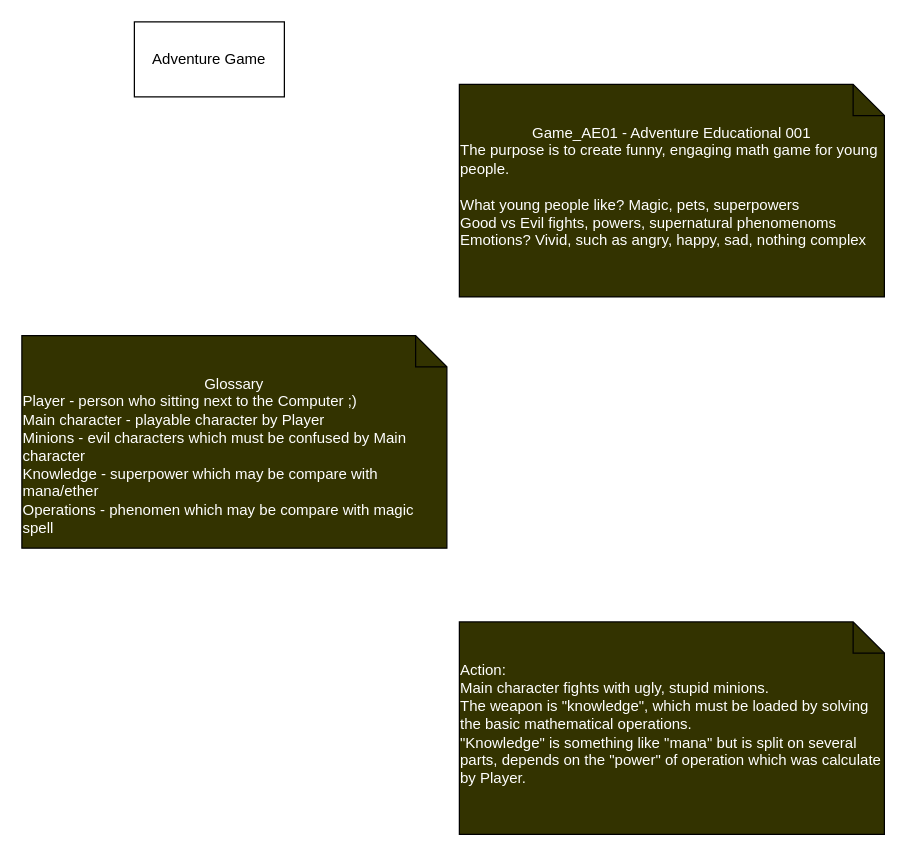
Above: adventure_educational_game_001.drawio in Dexmo-7/myWarmingUp (draw.io), before the change. Source tidied: cells renumbered, new cells numbered last; positions are measured from the earlier drawing's top-left corner, leaving out a move shared by most shapes. Both pictures are drawn from the tidied source at 125%, with x=0, y=0 at pixel (21, 21).
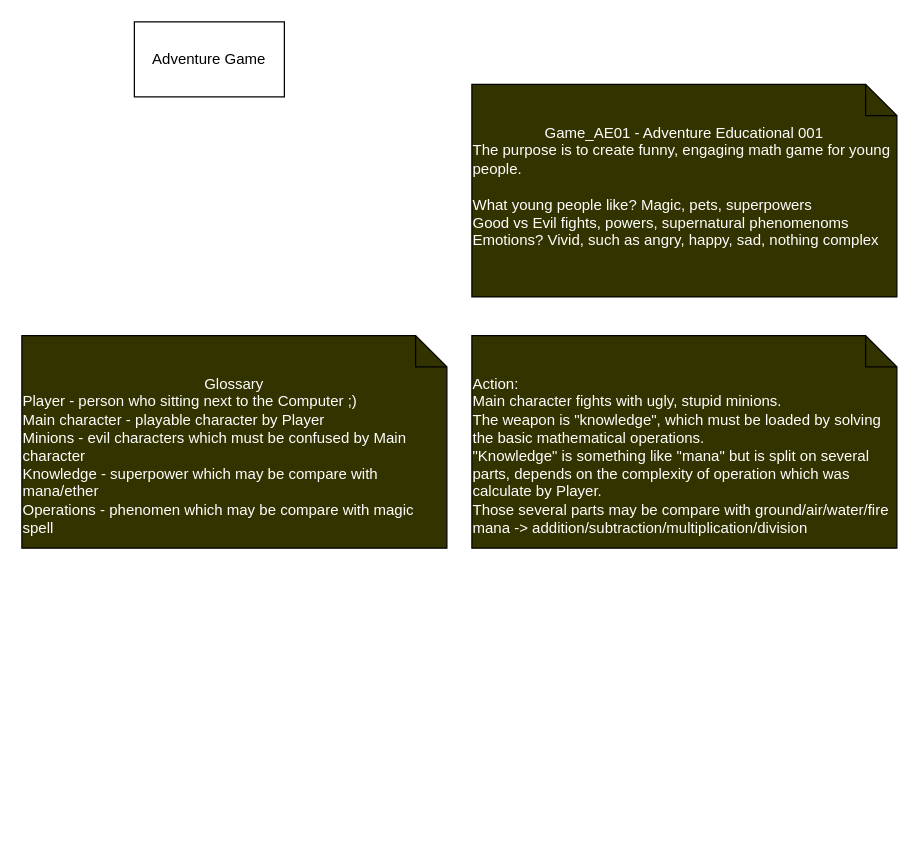
The same page after the edit.

Commit message:
Adding information about type of Knowledge

Diff of the diagram source:
```diff
@@
 <mxGraphModel>
   <root>
     <mxCell id="0" />
     <mxCell id="1" parent="0" />
     <mxCell id="2" value="Adventure Game" style="rounded=0;whiteSpace=wrap;html=1;" parent="1" vertex="1">
       <mxGeometry x="90" width="120" height="60" as="geometry" />
     </mxCell>
     <mxCell id="3" value="Game_AE01 - Adventure Educational 001&lt;br&gt;&lt;div style=&quot;text-align: left;&quot;&gt;&lt;span style=&quot;background-color: initial;&quot;&gt;The purpose is to create funny, engaging math game for young people.&lt;/span&gt;&lt;/div&gt;&lt;div style=&quot;text-align: left;&quot;&gt;&lt;span style=&quot;background-color: initial;&quot;&gt;&lt;br&gt;&lt;/span&gt;&lt;/div&gt;&lt;div style=&quot;text-align: left;&quot;&gt;&lt;span style=&quot;background-color: initial;&quot;&gt;What young people like? Magic, pets, superpowers&amp;nbsp;&lt;/span&gt;&lt;/div&gt;&lt;div style=&quot;text-align: left;&quot;&gt;Good vs Evil fights, powers, supernatural phenomenoms&lt;/div&gt;&lt;div style=&quot;text-align: left;&quot;&gt;Emotions? Vivid, such as angry, happy, sad, nothing complex&lt;/div&gt;&lt;div style=&quot;text-align: left;&quot;&gt;&lt;br&gt;&lt;/div&gt;" style="shape=note2;boundedLbl=1;whiteSpace=wrap;html=1;size=25;verticalAlign=top;align=center;fillColor=#333300;fontColor=#FFFFFF;" parent="1" vertex="1">
-      <mxGeometry x="350" y="50" width="340" height="170" as="geometry" />
+      <mxGeometry x="360" y="50" width="340" height="170" as="geometry" />
     </mxCell>
-    <mxCell id="4" value="&lt;div style=&quot;text-align: left;&quot;&gt;Action:&lt;/div&gt;&lt;div style=&quot;text-align: left;&quot;&gt;Main character fights with ugly, stupid minions.&lt;br&gt;The weapon is &quot;knowledge&quot;, which must be loaded by solving the basic mathematical operations.&lt;br&gt;&quot;Knowledge&quot; is something like &quot;mana&quot; but is split on several parts, depends on the &quot;power&quot; of operation which was calculate by Player.&lt;/div&gt;" style="shape=note2;boundedLbl=1;whiteSpace=wrap;html=1;size=25;verticalAlign=top;align=center;fillColor=#333300;fontColor=#FFFFFF;" parent="1" vertex="1">
-      <mxGeometry x="350" y="480" width="340" height="170" as="geometry" />
+    <mxCell id="4" value="&lt;div style=&quot;text-align: left;&quot;&gt;Action:&lt;/div&gt;&lt;div style=&quot;text-align: left;&quot;&gt;Main character fights with ugly, stupid minions.&lt;br&gt;The weapon is &quot;knowledge&quot;, which must be loaded by solving the basic mathematical operations.&lt;br&gt;&quot;Knowledge&quot; is something like &quot;mana&quot; but is split on several parts, depends on the complexity of operation which was calculate by Player.&lt;/div&gt;&lt;div style=&quot;text-align: left;&quot;&gt;Those several parts may be compare with ground/air/water/fire mana -&amp;gt; addition/subtraction/multiplication/division&lt;/div&gt;" style="shape=note2;boundedLbl=1;whiteSpace=wrap;html=1;size=25;verticalAlign=top;align=center;fillColor=#333300;fontColor=#FFFFFF;" parent="1" vertex="1">
+      <mxGeometry x="360" y="251" width="340" height="170" as="geometry" />
     </mxCell>
     <mxCell id="5" value="&lt;div style=&quot;&quot;&gt;Glossary&lt;/div&gt;&lt;div style=&quot;text-align: left;&quot;&gt;Player - person who sitting next to the Computer ;)&lt;/div&gt;&lt;div style=&quot;text-align: left;&quot;&gt;Main character - playable character by Player&lt;/div&gt;&lt;div style=&quot;text-align: left;&quot;&gt;Minions - evil characters which must be confused by Main character&lt;br&gt;Knowledge - superpower which may be compare with mana/ether&lt;br&gt;Operations - phenomen which may be compare with magic spell&lt;/div&gt;" style="shape=note2;boundedLbl=1;whiteSpace=wrap;html=1;size=25;verticalAlign=top;align=center;fillColor=#333300;fontColor=#FFFFFF;" parent="1" vertex="1">
       <mxGeometry y="251" width="340" height="170" as="geometry" />
     </mxCell>
   </root>
 </mxGraphModel>
```
